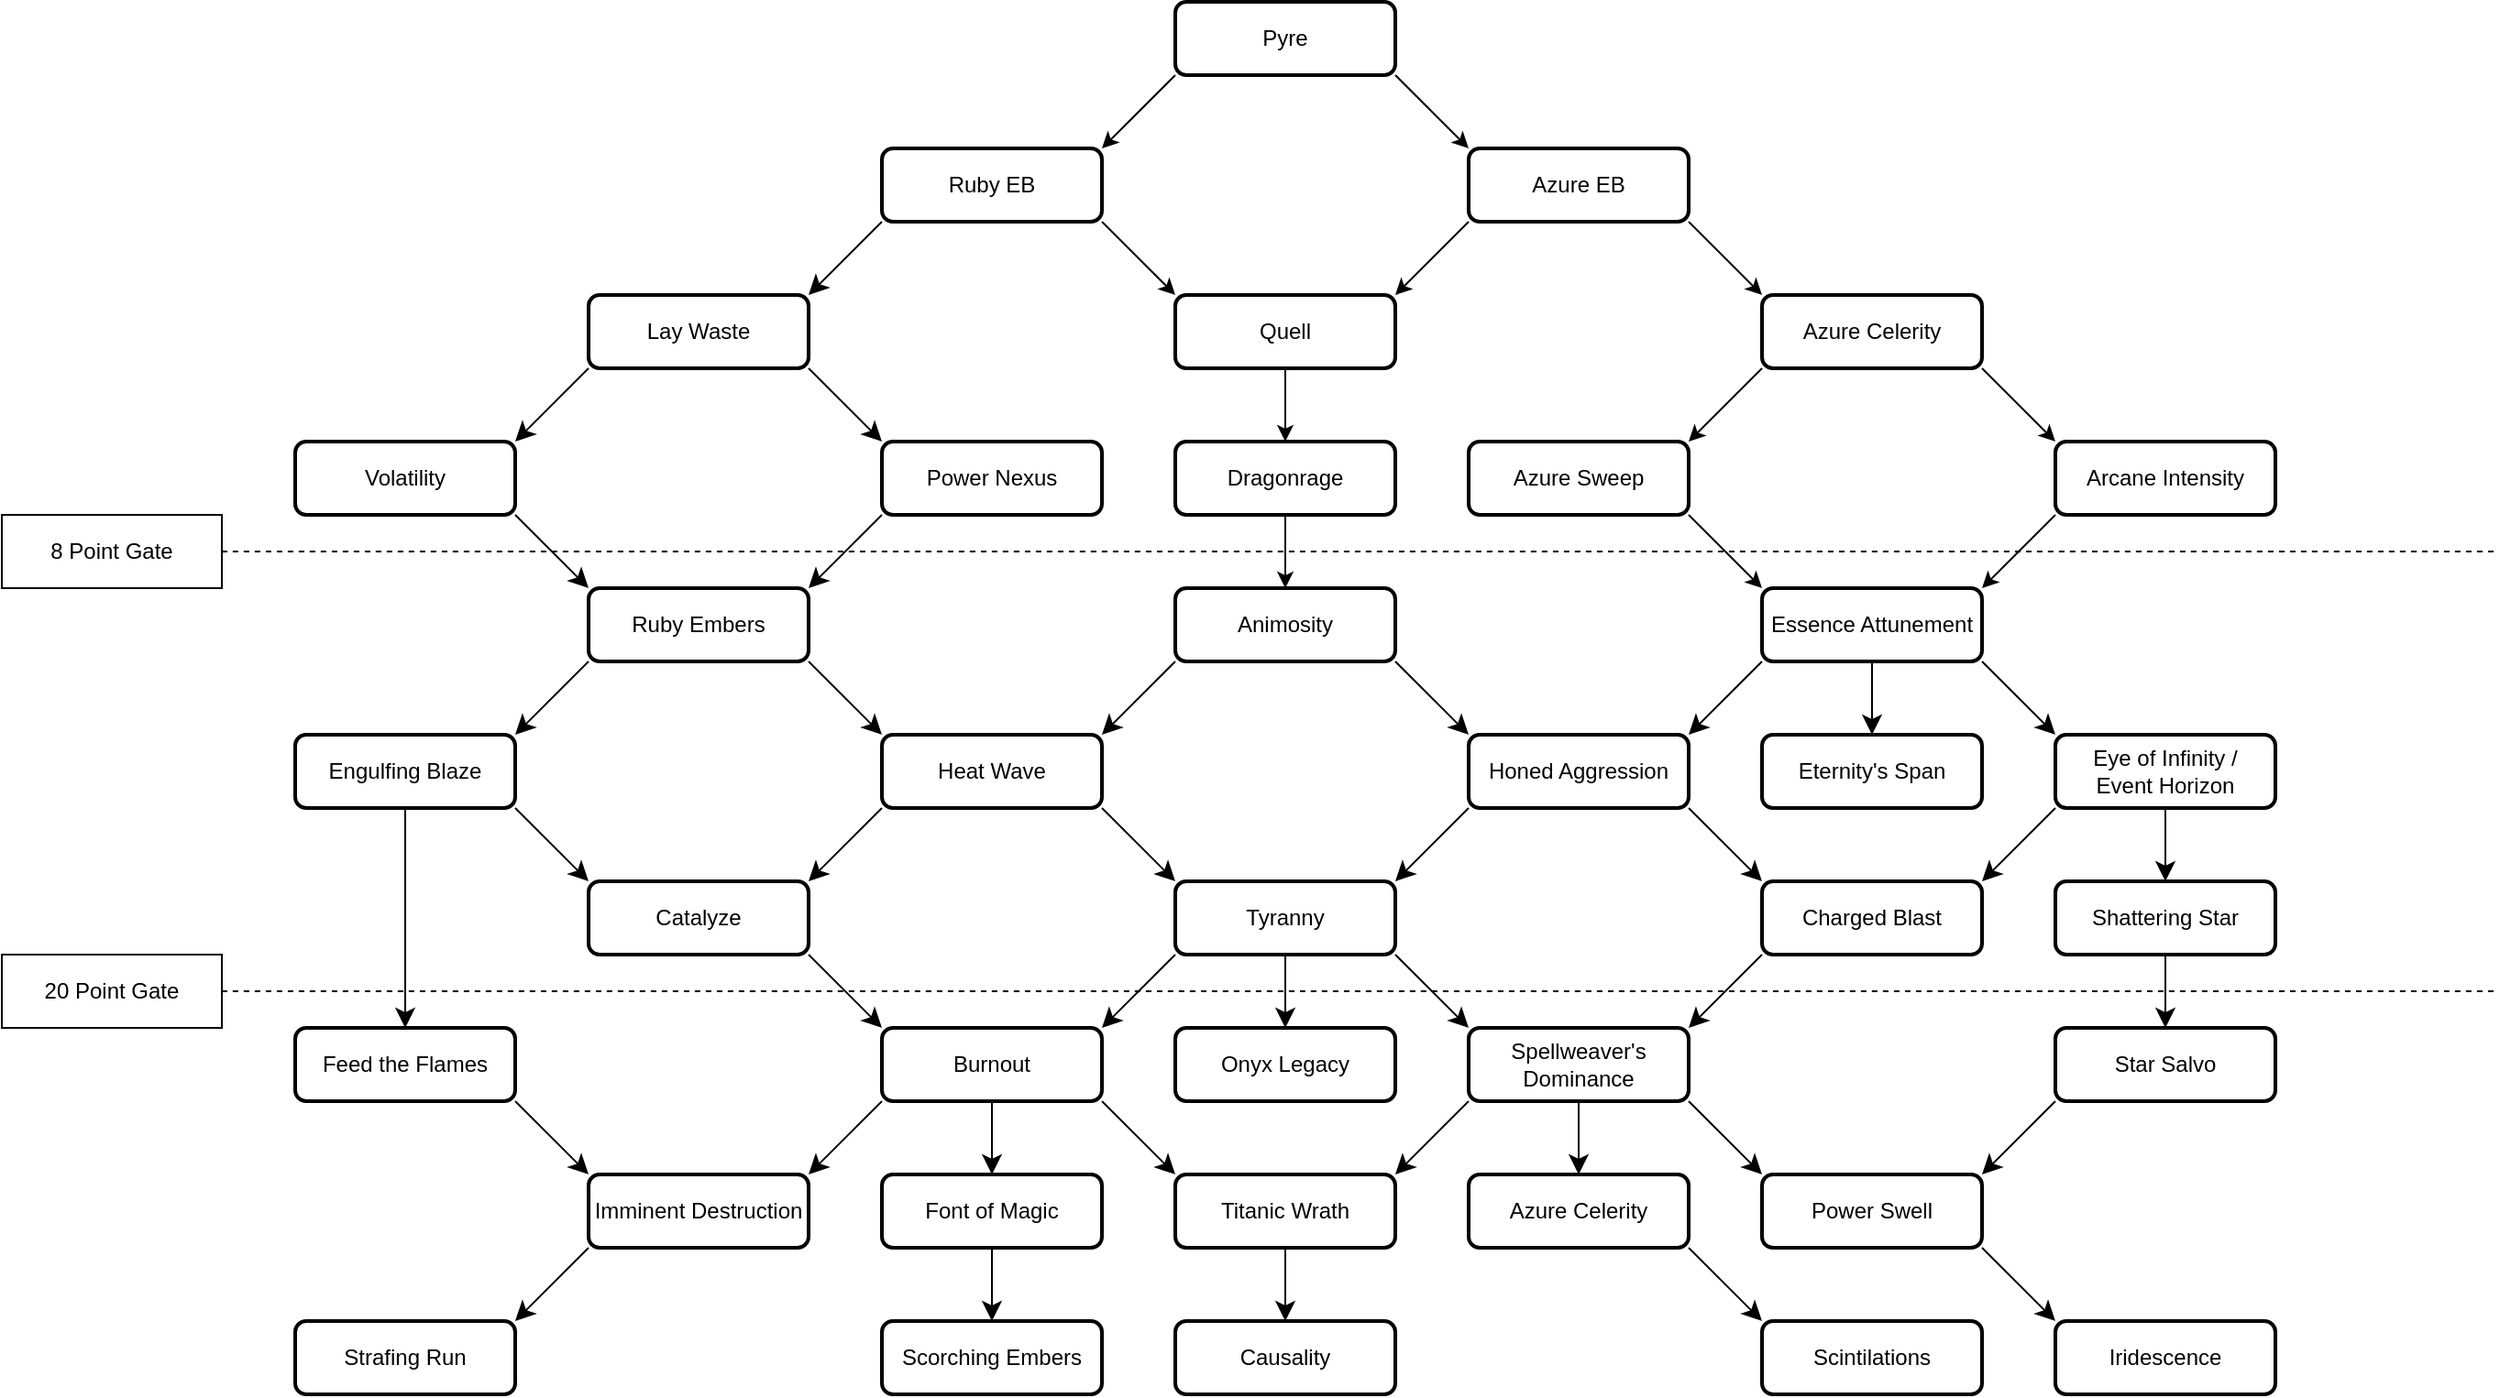
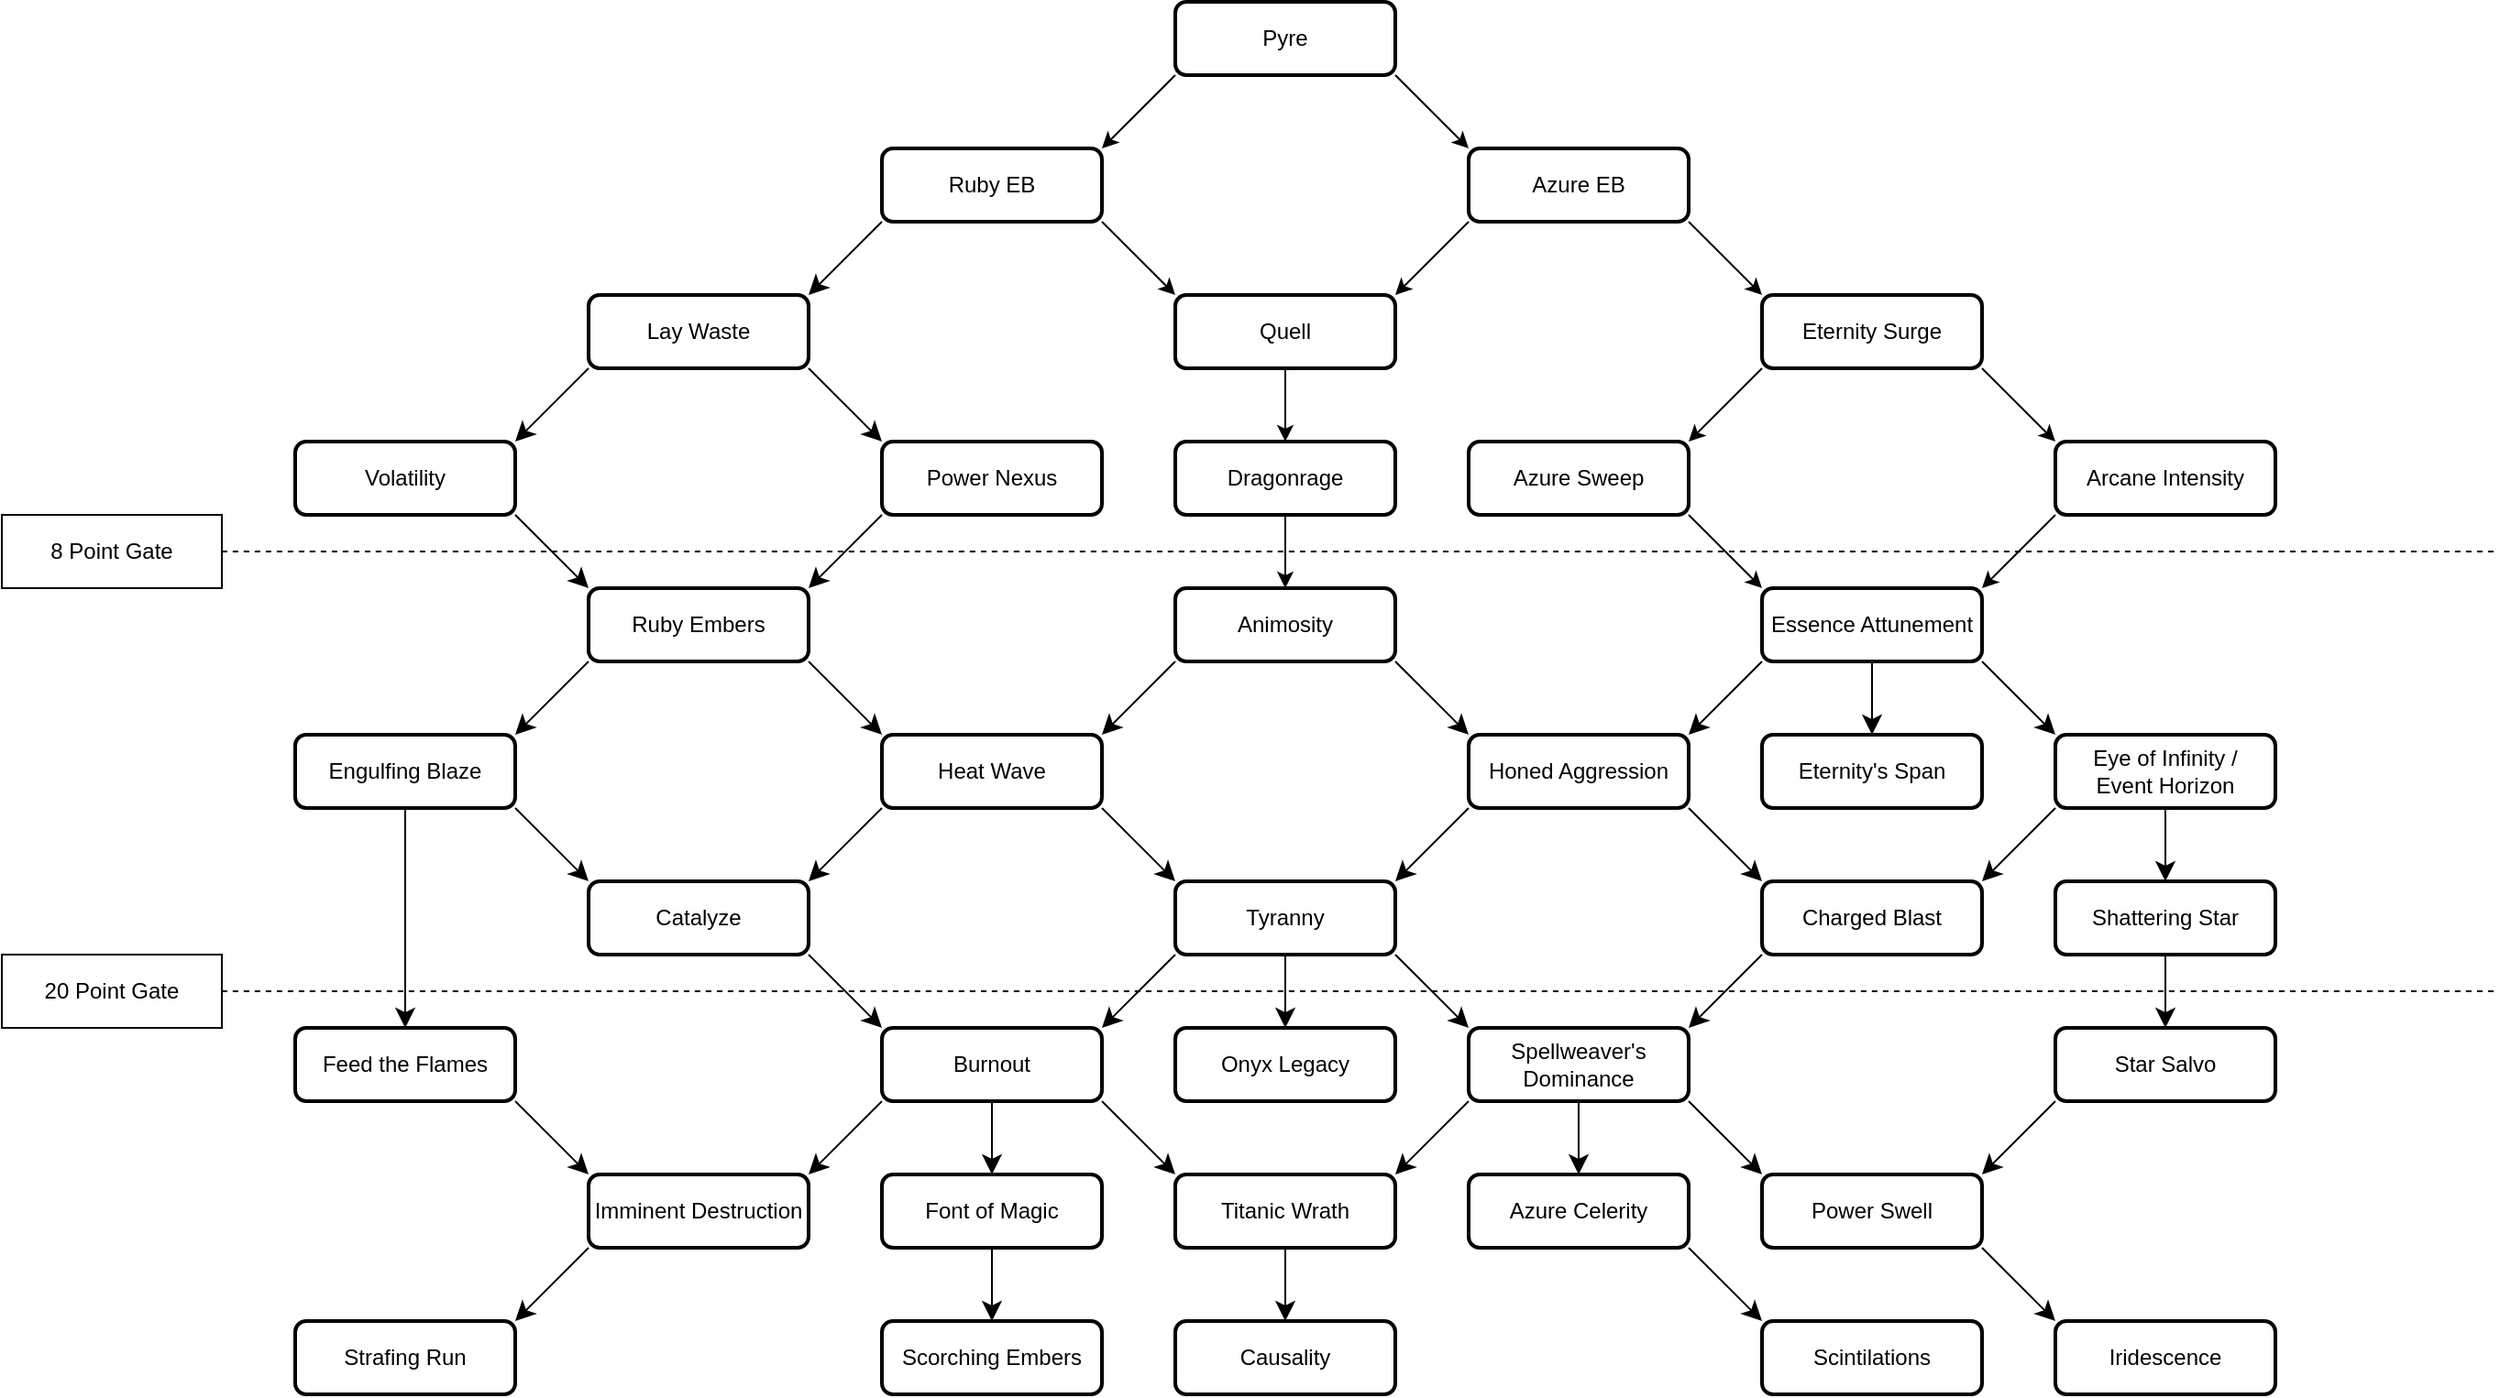
<mxfile host="app.diagrams.net" agent="Mozilla/5.0 (Windows NT 10.0; Win64; x64) AppleWebKit/537.36 (KHTML, like Gecko) Chrome/140.0.0.0 Safari/537.36 OPR/124.0.0.0">
  <diagram name="Page-1" id="hOetuab5Neo2MUPY-Vw1">
-     <mxGraphModel dx="1844" dy="803" grid="0" gridSize="10" guides="1" tooltips="1" connect="1" arrows="1" fold="1" page="0" pageScale="1" pageWidth="850" pageHeight="1100" background="none" math="0" shadow="0">
+     <mxGraphModel dx="2115" dy="954" grid="0" gridSize="10" guides="1" tooltips="1" connect="1" arrows="1" fold="1" page="0" pageScale="1" pageWidth="850" pageHeight="1100" background="none" math="0" shadow="0">
      <root>
        <mxCell id="0" />
        <mxCell id="1" parent="0" />
        <mxCell id="OIwntdkwLblrr2rhOdX1-7" edge="1" parent="1" source="0f6FQbk-GcDdoWLRAv9r-2" style="rounded=0;orthogonalLoop=1;jettySize=auto;html=1;exitX=1;exitY=1;exitDx=0;exitDy=0;entryX=0;entryY=0;entryDx=0;entryDy=0;" target="0f6FQbk-GcDdoWLRAv9r-29">
          <mxGeometry relative="1" as="geometry" />
        </mxCell>
-         <mxCell id="0f6FQbk-GcDdoWLRAv9r-2" parent="1" style="rounded=1;whiteSpace=wrap;html=1;strokeColor=light-dark(#000000,#0000FF);strokeWidth=2;" value="Pyre" vertex="1">
+         <mxCell id="0f6FQbk-GcDdoWLRAv9r-2" parent="1" style="rounded=1;whiteSpace=wrap;html=1;strokeColor=light-dark(#000000,#FFFF00);strokeWidth=2;" value="Pyre" vertex="1">
          <mxGeometry height="40" width="120" x="320" y="40" as="geometry" />
        </mxCell>
        <mxCell id="OIwntdkwLblrr2rhOdX1-9" edge="1" parent="1" source="0f6FQbk-GcDdoWLRAv9r-3" style="rounded=0;orthogonalLoop=1;jettySize=auto;html=1;exitX=1;exitY=1;exitDx=0;exitDy=0;entryX=0;entryY=0;entryDx=0;entryDy=0;" target="0f6FQbk-GcDdoWLRAv9r-21">
          <mxGeometry relative="1" as="geometry" />
        </mxCell>
-         <mxCell id="0f6FQbk-GcDdoWLRAv9r-3" parent="1" style="rounded=1;whiteSpace=wrap;html=1;strokeWidth=2;strokeColor=light-dark(#000000,#000099);" value="Ruby EB" vertex="1">
+         <mxCell id="0f6FQbk-GcDdoWLRAv9r-3" parent="1" style="rounded=1;whiteSpace=wrap;html=1;strokeWidth=2;strokeColor=light-dark(#000000,#FFFFFF);" value="Ruby EB" vertex="1">
          <mxGeometry height="40" width="120" x="160" y="120" as="geometry" />
        </mxCell>
        <mxCell id="0f6FQbk-GcDdoWLRAv9r-44" edge="1" parent="1" style="edgeStyle=none;curved=1;rounded=1;orthogonalLoop=1;jettySize=auto;html=1;exitX=1;exitY=1;exitDx=0;exitDy=0;entryX=0;entryY=0;entryDx=0;entryDy=0;fontSize=12;startSize=8;endSize=8;">
          <mxGeometry relative="1" as="geometry">
            <mxPoint x="440" y="560" as="sourcePoint" />
            <mxPoint x="480" y="600" as="targetPoint" />
          </mxGeometry>
        </mxCell>
        <mxCell id="0f6FQbk-GcDdoWLRAv9r-47" edge="1" parent="1" style="edgeStyle=none;curved=1;rounded=1;orthogonalLoop=1;jettySize=auto;html=1;exitX=0;exitY=1;exitDx=0;exitDy=0;entryX=1;entryY=0;entryDx=0;entryDy=0;fontSize=12;startSize=8;endSize=8;">
          <mxGeometry relative="1" as="geometry">
            <mxPoint x="320" y="560" as="sourcePoint" />
            <mxPoint x="280" y="600" as="targetPoint" />
          </mxGeometry>
        </mxCell>
        <mxCell id="0f6FQbk-GcDdoWLRAv9r-58" edge="1" parent="1" style="edgeStyle=none;curved=1;rounded=1;orthogonalLoop=1;jettySize=auto;html=1;exitX=0.5;exitY=1;exitDx=0;exitDy=0;entryX=0.5;entryY=0;entryDx=0;entryDy=0;fontSize=12;startSize=8;endSize=8;" target="p8pHNqXcbaAZnEPRJ2cy-6">
          <mxGeometry relative="1" as="geometry">
            <mxPoint x="540" y="640" as="sourcePoint" />
            <mxPoint x="540" y="680" as="targetPoint" />
          </mxGeometry>
        </mxCell>
        <mxCell id="0f6FQbk-GcDdoWLRAv9r-59" edge="1" parent="1" style="edgeStyle=none;curved=1;rounded=1;orthogonalLoop=1;jettySize=auto;html=1;exitX=1;exitY=1;exitDx=0;exitDy=0;entryX=0;entryY=0;entryDx=0;entryDy=0;fontSize=12;startSize=8;endSize=8;">
          <mxGeometry relative="1" as="geometry">
            <mxPoint x="600" y="640" as="sourcePoint" />
            <mxPoint x="640" y="680" as="targetPoint" />
          </mxGeometry>
        </mxCell>
        <mxCell id="0f6FQbk-GcDdoWLRAv9r-65" edge="1" parent="1" style="edgeStyle=none;curved=1;rounded=1;orthogonalLoop=1;jettySize=auto;html=1;exitX=0;exitY=1;exitDx=0;exitDy=0;entryX=1;entryY=0;entryDx=0;entryDy=0;fontSize=12;startSize=8;endSize=8;">
          <mxGeometry relative="1" as="geometry">
            <mxPoint x="640" y="560" as="sourcePoint" />
            <mxPoint x="600" y="600" as="targetPoint" />
          </mxGeometry>
        </mxCell>
        <mxCell id="OIwntdkwLblrr2rhOdX1-15" edge="1" parent="1" source="0f6FQbk-GcDdoWLRAv9r-21" style="edgeStyle=none;rounded=0;orthogonalLoop=1;jettySize=auto;html=1;exitX=0.5;exitY=1;exitDx=0;exitDy=0;entryX=0.5;entryY=0;entryDx=0;entryDy=0;" target="0f6FQbk-GcDdoWLRAv9r-22">
          <mxGeometry relative="1" as="geometry" />
        </mxCell>
-         <mxCell id="0f6FQbk-GcDdoWLRAv9r-21" parent="1" style="rounded=1;whiteSpace=wrap;html=1;strokeWidth=2;strokeColor=light-dark(#000000,#000099);" value="Quell" vertex="1">
+         <mxCell id="0f6FQbk-GcDdoWLRAv9r-21" parent="1" style="rounded=1;whiteSpace=wrap;html=1;strokeWidth=2;strokeColor=light-dark(#000000,#FFFF00);" value="Quell" vertex="1">
          <mxGeometry height="40" width="120" x="320" y="200" as="geometry" />
        </mxCell>
        <mxCell id="OIwntdkwLblrr2rhOdX1-16" edge="1" parent="1" source="0f6FQbk-GcDdoWLRAv9r-22" style="edgeStyle=none;rounded=0;orthogonalLoop=1;jettySize=auto;html=1;exitX=0.5;exitY=1;exitDx=0;exitDy=0;entryX=0.5;entryY=0;entryDx=0;entryDy=0;" target="0f6FQbk-GcDdoWLRAv9r-23">
          <mxGeometry relative="1" as="geometry" />
        </mxCell>
-         <mxCell id="0f6FQbk-GcDdoWLRAv9r-22" parent="1" style="rounded=1;whiteSpace=wrap;html=1;strokeWidth=2;strokeColor=light-dark(#000000,#000099);" value="Dragonrage" vertex="1">
+         <mxCell id="0f6FQbk-GcDdoWLRAv9r-22" parent="1" style="rounded=1;whiteSpace=wrap;html=1;strokeWidth=2;strokeColor=light-dark(#000000,#FFFF00);" value="Dragonrage" vertex="1">
          <mxGeometry height="40" width="120" x="320" y="280" as="geometry" />
        </mxCell>
-         <mxCell id="0f6FQbk-GcDdoWLRAv9r-23" parent="1" style="rounded=1;whiteSpace=wrap;html=1;strokeColor=light-dark(#000000,#0000FF);strokeWidth=2;" value="Animosity" vertex="1">
+         <mxCell id="0f6FQbk-GcDdoWLRAv9r-23" parent="1" style="rounded=1;whiteSpace=wrap;html=1;strokeColor=light-dark(#000000,#FFFFFF);strokeWidth=2;" value="Animosity" vertex="1">
          <mxGeometry height="40" width="120" x="320" y="360" as="geometry" />
        </mxCell>
        <mxCell id="0f6FQbk-GcDdoWLRAv9r-66" edge="1" parent="1" style="edgeStyle=none;curved=1;rounded=1;orthogonalLoop=1;jettySize=auto;html=1;exitX=0;exitY=1;exitDx=0;exitDy=0;entryX=1;entryY=0;entryDx=0;entryDy=0;fontSize=12;startSize=8;endSize=8;">
          <mxGeometry relative="1" as="geometry">
            <mxPoint x="640" y="400" as="sourcePoint" />
            <mxPoint x="600" y="440" as="targetPoint" />
          </mxGeometry>
        </mxCell>
        <mxCell id="0f6FQbk-GcDdoWLRAv9r-62" edge="1" parent="1" source="0f6FQbk-GcDdoWLRAv9r-27" style="edgeStyle=none;curved=1;rounded=1;orthogonalLoop=1;jettySize=auto;html=1;exitX=0.5;exitY=1;exitDx=0;exitDy=0;entryX=0.5;entryY=0;entryDx=0;entryDy=0;fontSize=12;startSize=8;endSize=8;" target="p8pHNqXcbaAZnEPRJ2cy-14">
          <mxGeometry relative="1" as="geometry" />
        </mxCell>
        <mxCell id="0f6FQbk-GcDdoWLRAv9r-64" edge="1" parent="1" source="0f6FQbk-GcDdoWLRAv9r-27" style="edgeStyle=none;curved=1;rounded=1;orthogonalLoop=1;jettySize=auto;html=1;exitX=0;exitY=1;exitDx=0;exitDy=0;entryX=1;entryY=0;entryDx=0;entryDy=0;fontSize=12;startSize=8;endSize=8;">
          <mxGeometry relative="1" as="geometry">
            <mxPoint x="760" y="520" as="targetPoint" />
          </mxGeometry>
        </mxCell>
        <mxCell id="0f6FQbk-GcDdoWLRAv9r-27" parent="1" style="rounded=1;whiteSpace=wrap;html=1;strokeWidth=2;strokeColor=light-dark(#000000,#00FF00);" value="Eye of Infinity / &lt;br&gt;Event Horizon" vertex="1">
          <mxGeometry height="40" width="120" x="800" y="440" as="geometry" />
        </mxCell>
        <mxCell id="0f6FQbk-GcDdoWLRAv9r-60" edge="1" parent="1" source="0f6FQbk-GcDdoWLRAv9r-28" style="edgeStyle=none;curved=1;rounded=1;orthogonalLoop=1;jettySize=auto;html=1;exitX=0;exitY=1;exitDx=0;exitDy=0;entryX=1;entryY=0;entryDx=0;entryDy=0;fontSize=12;startSize=8;endSize=8;">
          <mxGeometry relative="1" as="geometry">
            <mxPoint x="760" y="680" as="targetPoint" />
          </mxGeometry>
        </mxCell>
-         <mxCell id="0f6FQbk-GcDdoWLRAv9r-28" parent="1" style="rounded=1;whiteSpace=wrap;html=1;strokeColor=light-dark(#000000,#0000FF);strokeWidth=2;" value="Star Salvo" vertex="1">
+         <mxCell id="0f6FQbk-GcDdoWLRAv9r-28" parent="1" style="rounded=1;whiteSpace=wrap;html=1;strokeColor=light-dark(#000000,#FFFFFF);strokeWidth=2;" value="Star Salvo" vertex="1">
          <mxGeometry height="40" width="120" x="800" y="600" as="geometry" />
        </mxCell>
        <mxCell id="OIwntdkwLblrr2rhOdX1-8" edge="1" parent="1" source="0f6FQbk-GcDdoWLRAv9r-29" style="rounded=0;orthogonalLoop=1;jettySize=auto;html=1;exitX=0;exitY=1;exitDx=0;exitDy=0;entryX=1;entryY=0;entryDx=0;entryDy=0;" target="0f6FQbk-GcDdoWLRAv9r-21">
          <mxGeometry relative="1" as="geometry" />
        </mxCell>
        <mxCell id="OIwntdkwLblrr2rhOdX1-10" edge="1" parent="1" source="0f6FQbk-GcDdoWLRAv9r-29" style="edgeStyle=none;rounded=0;orthogonalLoop=1;jettySize=auto;html=1;exitX=1;exitY=1;exitDx=0;exitDy=0;entryX=0;entryY=0;entryDx=0;entryDy=0;" target="LhPUbgTbJpqGcTxOS-ww-83">
          <mxGeometry relative="1" as="geometry" />
        </mxCell>
-         <mxCell id="0f6FQbk-GcDdoWLRAv9r-29" parent="1" style="rounded=1;whiteSpace=wrap;html=1;strokeWidth=2;strokeColor=light-dark(#000000,#000099);" value="Azure EB" vertex="1">
+         <mxCell id="0f6FQbk-GcDdoWLRAv9r-29" parent="1" style="rounded=1;whiteSpace=wrap;html=1;strokeWidth=2;strokeColor=light-dark(#000000,#FFFFFF);" value="Azure EB" vertex="1">
          <mxGeometry height="40" width="120" x="480" y="120" as="geometry" />
        </mxCell>
        <mxCell id="0f6FQbk-GcDdoWLRAv9r-67" edge="1" parent="1" style="edgeStyle=none;curved=1;rounded=1;orthogonalLoop=1;jettySize=auto;html=1;exitX=1;exitY=1;exitDx=0;exitDy=0;entryX=0;entryY=0;entryDx=0;entryDy=0;fontSize=12;startSize=8;endSize=8;">
          <mxGeometry relative="1" as="geometry">
            <mxPoint x="600" y="480" as="sourcePoint" />
            <mxPoint x="640" y="520" as="targetPoint" />
          </mxGeometry>
        </mxCell>
        <mxCell id="0f6FQbk-GcDdoWLRAv9r-63" edge="1" parent="1" style="edgeStyle=none;curved=1;rounded=1;orthogonalLoop=1;jettySize=auto;html=1;exitX=1;exitY=1;exitDx=0;exitDy=0;entryX=0;entryY=0;entryDx=0;entryDy=0;fontSize=12;startSize=8;endSize=8;" target="0f6FQbk-GcDdoWLRAv9r-27">
          <mxGeometry relative="1" as="geometry">
            <mxPoint x="760" y="400" as="sourcePoint" />
          </mxGeometry>
        </mxCell>
        <mxCell id="LhPUbgTbJpqGcTxOS-ww-34" edge="1" parent="1" style="edgeStyle=none;curved=1;rounded=1;orthogonalLoop=1;jettySize=auto;html=1;exitX=1;exitY=1;exitDx=0;exitDy=0;entryX=0;entryY=0;entryDx=0;entryDy=0;fontSize=12;startSize=8;endSize=8;">
          <mxGeometry relative="1" as="geometry">
            <mxPoint x="280" y="640" as="sourcePoint" />
            <mxPoint x="320" y="680" as="targetPoint" />
          </mxGeometry>
        </mxCell>
        <mxCell id="LhPUbgTbJpqGcTxOS-ww-41" edge="1" parent="1" style="edgeStyle=none;curved=1;rounded=1;orthogonalLoop=1;jettySize=auto;html=1;exitX=0.5;exitY=1;exitDx=0;exitDy=0;fontSize=12;startSize=8;endSize=8;">
          <mxGeometry relative="1" as="geometry">
            <mxPoint x="220" y="640" as="sourcePoint" />
          </mxGeometry>
        </mxCell>
        <mxCell id="LhPUbgTbJpqGcTxOS-ww-33" edge="1" parent="1" style="edgeStyle=none;curved=1;rounded=1;orthogonalLoop=1;jettySize=auto;html=1;exitX=0;exitY=1;exitDx=0;exitDy=0;entryX=1;entryY=0;entryDx=0;entryDy=0;fontSize=12;startSize=8;endSize=8;">
          <mxGeometry relative="1" as="geometry">
            <mxPoint x="480" y="640" as="sourcePoint" />
            <mxPoint x="440" y="680" as="targetPoint" />
          </mxGeometry>
        </mxCell>
        <mxCell id="LhPUbgTbJpqGcTxOS-ww-43" edge="1" parent="1" source="LhPUbgTbJpqGcTxOS-ww-36" style="edgeStyle=none;curved=1;rounded=1;orthogonalLoop=1;jettySize=auto;html=1;exitX=0.5;exitY=1;exitDx=0;exitDy=0;entryX=0.5;entryY=0;entryDx=0;entryDy=0;fontSize=12;startSize=8;endSize=8;" target="LhPUbgTbJpqGcTxOS-ww-42">
          <mxGeometry relative="1" as="geometry" />
        </mxCell>
-         <mxCell id="LhPUbgTbJpqGcTxOS-ww-36" parent="1" style="rounded=1;whiteSpace=wrap;html=1;strokeColor=light-dark(#000000,#0000FF);strokeWidth=2;" value="Titanic Wrath" vertex="1">
+         <mxCell id="LhPUbgTbJpqGcTxOS-ww-36" parent="1" style="rounded=1;whiteSpace=wrap;html=1;strokeColor=light-dark(#000000,#FFFFFF);strokeWidth=2;" value="Titanic Wrath" vertex="1">
          <mxGeometry height="40" width="120" x="320" y="680" as="geometry" />
        </mxCell>
-         <mxCell id="LhPUbgTbJpqGcTxOS-ww-42" parent="1" style="rounded=1;whiteSpace=wrap;html=1;strokeColor=light-dark(#000000,#0000FF);strokeWidth=2;" value="Causality" vertex="1">
+         <mxCell id="LhPUbgTbJpqGcTxOS-ww-42" parent="1" style="rounded=1;whiteSpace=wrap;html=1;strokeColor=light-dark(#000000,#FFFFFF);strokeWidth=2;" value="Causality" vertex="1">
          <mxGeometry height="40" width="120" x="320" y="760" as="geometry" />
        </mxCell>
-         <mxCell id="LhPUbgTbJpqGcTxOS-ww-44" parent="1" style="rounded=1;whiteSpace=wrap;html=1;strokeColor=light-dark(#000000,#0000FF);strokeWidth=2;" value="Scintilations" vertex="1">
+         <mxCell id="LhPUbgTbJpqGcTxOS-ww-44" parent="1" style="rounded=1;whiteSpace=wrap;html=1;strokeColor=light-dark(#000000,#FFFFFF);strokeWidth=2;" value="Scintilations" vertex="1">
          <mxGeometry height="40" width="120" x="640" y="760" as="geometry" />
        </mxCell>
        <mxCell id="LhPUbgTbJpqGcTxOS-ww-52" edge="1" parent="1" style="edgeStyle=none;curved=1;rounded=1;orthogonalLoop=1;jettySize=auto;html=1;exitX=0;exitY=1;exitDx=0;exitDy=0;entryX=1;entryY=0;entryDx=0;entryDy=0;fontSize=12;startSize=8;endSize=8;">
          <mxGeometry relative="1" as="geometry">
            <mxPoint x="160" y="480" as="sourcePoint" />
          </mxGeometry>
        </mxCell>
        <mxCell id="LhPUbgTbJpqGcTxOS-ww-53" edge="1" parent="1" style="edgeStyle=none;curved=1;rounded=1;orthogonalLoop=1;jettySize=auto;html=1;exitX=1;exitY=1;exitDx=0;exitDy=0;entryX=0;entryY=0;entryDx=0;entryDy=0;fontSize=12;startSize=8;endSize=8;">
          <mxGeometry relative="1" as="geometry">
            <mxPoint x="160" y="600" as="targetPoint" />
          </mxGeometry>
        </mxCell>
-         <mxCell id="LhPUbgTbJpqGcTxOS-ww-56" parent="1" style="rounded=1;whiteSpace=wrap;html=1;strokeColor=light-dark(#000000,#0000FF);strokeWidth=2;" value="Tyranny" vertex="1">
+         <mxCell id="LhPUbgTbJpqGcTxOS-ww-56" parent="1" style="rounded=1;whiteSpace=wrap;html=1;strokeColor=light-dark(#000000,#FFFFFF);strokeWidth=2;" value="Tyranny" vertex="1">
          <mxGeometry height="40" width="120" x="320" y="520" as="geometry" />
        </mxCell>
        <mxCell id="LhPUbgTbJpqGcTxOS-ww-62" edge="1" parent="1" style="endArrow=none;dashed=1;html=1;rounded=1;fontSize=12;startSize=8;endSize=8;curved=1;" value="">
          <mxGeometry height="50" relative="1" width="50" as="geometry">
            <mxPoint x="-200" y="580" as="sourcePoint" />
            <mxPoint x="1040" y="580" as="targetPoint" />
          </mxGeometry>
        </mxCell>
        <mxCell id="LhPUbgTbJpqGcTxOS-ww-64" parent="1" style="rounded=0;whiteSpace=wrap;html=1;" value="20 Point Gate" vertex="1">
          <mxGeometry height="40" width="120" x="-320" y="560" as="geometry" />
        </mxCell>
        <mxCell id="LhPUbgTbJpqGcTxOS-ww-66" edge="1" parent="1" style="endArrow=none;dashed=1;html=1;rounded=1;fontSize=12;startSize=8;endSize=8;curved=1;" value="">
          <mxGeometry height="50" relative="1" width="50" as="geometry">
            <mxPoint x="-200" y="340" as="sourcePoint" />
            <mxPoint x="1040" y="340" as="targetPoint" />
          </mxGeometry>
        </mxCell>
        <mxCell id="LhPUbgTbJpqGcTxOS-ww-67" parent="1" style="rounded=0;whiteSpace=wrap;html=1;" value="8 Point Gate" vertex="1">
          <mxGeometry height="40" width="120" x="-320" y="320" as="geometry" />
        </mxCell>
-         <mxCell id="LhPUbgTbJpqGcTxOS-ww-70" parent="1" style="rounded=1;whiteSpace=wrap;html=1;strokeColor=light-dark(#000000,#0000FF);strokeWidth=2;" value="Volatility" vertex="1">
+         <mxCell id="LhPUbgTbJpqGcTxOS-ww-70" parent="1" style="rounded=1;whiteSpace=wrap;html=1;strokeColor=light-dark(#000000,#FFFFFF);strokeWidth=2;" value="Volatility" vertex="1">
          <mxGeometry height="40" width="120" x="-160" y="280" as="geometry" />
        </mxCell>
        <mxCell id="OIwntdkwLblrr2rhOdX1-12" edge="1" parent="1" source="LhPUbgTbJpqGcTxOS-ww-75" style="edgeStyle=none;rounded=0;orthogonalLoop=1;jettySize=auto;html=1;exitX=1;exitY=1;exitDx=0;exitDy=0;entryX=0;entryY=0;entryDx=0;entryDy=0;" target="LhPUbgTbJpqGcTxOS-ww-118">
          <mxGeometry relative="1" as="geometry" />
        </mxCell>
-         <mxCell id="LhPUbgTbJpqGcTxOS-ww-75" parent="1" style="rounded=1;whiteSpace=wrap;html=1;strokeColor=light-dark(#000000,#0000FF);strokeWidth=2;" value="Azure Sweep" vertex="1">
+         <mxCell id="LhPUbgTbJpqGcTxOS-ww-75" parent="1" style="rounded=1;whiteSpace=wrap;html=1;strokeColor=light-dark(#000000,#FFFFFF);strokeWidth=2;" value="Azure Sweep" vertex="1">
          <mxGeometry height="40" width="120" x="480" y="280" as="geometry" />
        </mxCell>
-         <mxCell id="LhPUbgTbJpqGcTxOS-ww-80" parent="1" style="rounded=1;whiteSpace=wrap;html=1;strokeColor=light-dark(#000000,#0000FF);strokeWidth=2;" value="Power Nexus" vertex="1">
+         <mxCell id="LhPUbgTbJpqGcTxOS-ww-80" parent="1" style="rounded=1;whiteSpace=wrap;html=1;strokeColor=light-dark(#000000,#FFFFFF);strokeWidth=2;" value="Power Nexus" vertex="1">
          <mxGeometry height="40" width="120" x="160" y="280" as="geometry" />
        </mxCell>
-         <mxCell id="LhPUbgTbJpqGcTxOS-ww-81" parent="1" style="rounded=1;whiteSpace=wrap;html=1;strokeColor=light-dark(#000000,#0000FF);strokeWidth=2;" value="Ruby Embers" vertex="1">
+         <mxCell id="LhPUbgTbJpqGcTxOS-ww-81" parent="1" style="rounded=1;whiteSpace=wrap;html=1;strokeColor=light-dark(#000000,#FFFFFF);strokeWidth=2;" value="Ruby Embers" vertex="1">
          <mxGeometry height="40" width="120" y="360" as="geometry" />
        </mxCell>
        <mxCell id="OIwntdkwLblrr2rhOdX1-11" edge="1" parent="1" source="LhPUbgTbJpqGcTxOS-ww-83" style="edgeStyle=none;rounded=0;orthogonalLoop=1;jettySize=auto;html=1;exitX=0;exitY=1;exitDx=0;exitDy=0;entryX=1;entryY=0;entryDx=0;entryDy=0;" target="LhPUbgTbJpqGcTxOS-ww-75">
          <mxGeometry relative="1" as="geometry" />
        </mxCell>
        <mxCell id="OIwntdkwLblrr2rhOdX1-14" edge="1" parent="1" source="LhPUbgTbJpqGcTxOS-ww-83" style="edgeStyle=none;rounded=0;orthogonalLoop=1;jettySize=auto;html=1;exitX=1;exitY=1;exitDx=0;exitDy=0;entryX=0;entryY=0;entryDx=0;entryDy=0;" target="LhPUbgTbJpqGcTxOS-ww-148">
          <mxGeometry relative="1" as="geometry" />
        </mxCell>
-         <mxCell id="LhPUbgTbJpqGcTxOS-ww-83" parent="1" style="rounded=1;whiteSpace=wrap;html=1;strokeColor=light-dark(#000000,#0000FF);strokeWidth=2;" value="Azure Celerity" vertex="1">
+         <mxCell id="LhPUbgTbJpqGcTxOS-ww-83" parent="1" style="rounded=1;whiteSpace=wrap;html=1;strokeColor=light-dark(#000000,#FFFF00);strokeWidth=2;" value="Eternity Surge" vertex="1">
          <mxGeometry height="40" width="120" x="640" y="200" as="geometry" />
        </mxCell>
-         <mxCell id="LhPUbgTbJpqGcTxOS-ww-94" parent="1" style="rounded=1;whiteSpace=wrap;html=1;strokeColor=light-dark(#000000,#0000FF);strokeWidth=2;" value="Strafing Run" vertex="1">
+         <mxCell id="LhPUbgTbJpqGcTxOS-ww-94" parent="1" style="rounded=1;whiteSpace=wrap;html=1;strokeColor=light-dark(#000000,#FFFFFF);strokeWidth=2;" value="Strafing Run" vertex="1">
          <mxGeometry height="40" width="120" x="-160" y="760" as="geometry" />
        </mxCell>
        <mxCell id="LhPUbgTbJpqGcTxOS-ww-101" edge="1" parent="1" source="LhPUbgTbJpqGcTxOS-ww-97" style="edgeStyle=none;curved=1;rounded=1;orthogonalLoop=1;jettySize=auto;html=1;exitX=0;exitY=1;exitDx=0;exitDy=0;entryX=1;entryY=0;entryDx=0;entryDy=0;fontSize=12;startSize=8;endSize=8;" target="p8pHNqXcbaAZnEPRJ2cy-4">
          <mxGeometry relative="1" as="geometry">
            <mxPoint x="120" y="520" as="targetPoint" />
          </mxGeometry>
        </mxCell>
-         <mxCell id="LhPUbgTbJpqGcTxOS-ww-97" parent="1" style="rounded=1;whiteSpace=wrap;html=1;strokeColor=light-dark(#000000,#0000FF);strokeWidth=2;" value="Heat Wave" vertex="1">
+         <mxCell id="LhPUbgTbJpqGcTxOS-ww-97" parent="1" style="rounded=1;whiteSpace=wrap;html=1;strokeColor=light-dark(#000000,#FFFFFF);strokeWidth=2;" value="Heat Wave" vertex="1">
          <mxGeometry height="40" width="120" x="160" y="440" as="geometry" />
        </mxCell>
        <mxCell id="LhPUbgTbJpqGcTxOS-ww-109" edge="1" parent="1" source="p8pHNqXcbaAZnEPRJ2cy-3" style="edgeStyle=none;curved=1;rounded=1;orthogonalLoop=1;jettySize=auto;html=1;exitX=1;exitY=1;exitDx=0;exitDy=0;entryX=0;entryY=0;entryDx=0;entryDy=0;fontSize=12;startSize=8;endSize=8;" target="LhPUbgTbJpqGcTxOS-ww-105">
          <mxGeometry relative="1" as="geometry">
            <mxPoint x="-40" y="640" as="sourcePoint" />
          </mxGeometry>
        </mxCell>
-         <mxCell id="LhPUbgTbJpqGcTxOS-ww-104" parent="1" style="rounded=1;whiteSpace=wrap;html=1;strokeColor=light-dark(#000000,#0000FF);strokeWidth=2;" value="Scorching Embers" vertex="1">
+         <mxCell id="LhPUbgTbJpqGcTxOS-ww-104" parent="1" style="rounded=1;whiteSpace=wrap;html=1;strokeColor=light-dark(#000000,#FFFFFF);strokeWidth=2;" value="Scorching Embers" vertex="1">
          <mxGeometry height="40" width="120" x="160" y="760" as="geometry" />
        </mxCell>
        <mxCell id="LhPUbgTbJpqGcTxOS-ww-116" edge="1" parent="1" source="LhPUbgTbJpqGcTxOS-ww-105" style="edgeStyle=none;curved=1;rounded=1;orthogonalLoop=1;jettySize=auto;html=1;exitX=0;exitY=1;exitDx=0;exitDy=0;entryX=1;entryY=0;entryDx=0;entryDy=0;fontSize=12;startSize=8;endSize=8;" target="LhPUbgTbJpqGcTxOS-ww-94">
          <mxGeometry relative="1" as="geometry" />
        </mxCell>
-         <mxCell id="LhPUbgTbJpqGcTxOS-ww-105" parent="1" style="rounded=1;whiteSpace=wrap;html=1;strokeColor=light-dark(#000000,#0000FF);strokeWidth=2;" value="Imminent Destruction" vertex="1">
+         <mxCell id="LhPUbgTbJpqGcTxOS-ww-105" parent="1" style="rounded=1;whiteSpace=wrap;html=1;strokeColor=light-dark(#000000,#FFFFFF);strokeWidth=2;" value="Imminent Destruction" vertex="1">
          <mxGeometry height="40" width="120" y="680" as="geometry" />
        </mxCell>
        <mxCell id="LhPUbgTbJpqGcTxOS-ww-114" edge="1" parent="1" source="p8pHNqXcbaAZnEPRJ2cy-4" style="edgeStyle=none;curved=1;rounded=1;orthogonalLoop=1;jettySize=auto;html=1;exitX=1;exitY=1;exitDx=0;exitDy=0;entryX=0;entryY=0;entryDx=0;entryDy=0;fontSize=12;startSize=8;endSize=8;" target="LhPUbgTbJpqGcTxOS-ww-113">
          <mxGeometry relative="1" as="geometry">
            <mxPoint x="95" y="553" as="sourcePoint" />
          </mxGeometry>
        </mxCell>
        <mxCell id="LhPUbgTbJpqGcTxOS-ww-115" edge="1" parent="1" source="LhPUbgTbJpqGcTxOS-ww-113" style="edgeStyle=none;curved=1;rounded=1;orthogonalLoop=1;jettySize=auto;html=1;exitX=0;exitY=1;exitDx=0;exitDy=0;entryX=1;entryY=0;entryDx=0;entryDy=0;fontSize=12;startSize=8;endSize=8;" target="LhPUbgTbJpqGcTxOS-ww-105">
          <mxGeometry relative="1" as="geometry" />
        </mxCell>
        <mxCell id="LhPUbgTbJpqGcTxOS-ww-117" edge="1" parent="1" source="LhPUbgTbJpqGcTxOS-ww-113" style="edgeStyle=none;curved=1;rounded=1;orthogonalLoop=1;jettySize=auto;html=1;exitX=0.5;exitY=1;exitDx=0;exitDy=0;fontSize=12;startSize=8;endSize=8;" target="p8pHNqXcbaAZnEPRJ2cy-8">
          <mxGeometry relative="1" as="geometry" />
        </mxCell>
-         <mxCell id="LhPUbgTbJpqGcTxOS-ww-113" parent="1" style="rounded=1;whiteSpace=wrap;html=1;strokeColor=light-dark(#000000,#0000FF);strokeWidth=2;" value="Burnout" vertex="1">
+         <mxCell id="LhPUbgTbJpqGcTxOS-ww-113" parent="1" style="rounded=1;whiteSpace=wrap;html=1;strokeColor=light-dark(#000000,#FFFFFF);strokeWidth=2;" value="Burnout" vertex="1">
          <mxGeometry height="40" width="120" x="160" y="600" as="geometry" />
        </mxCell>
        <mxCell id="LhPUbgTbJpqGcTxOS-ww-127" edge="1" parent="1" source="LhPUbgTbJpqGcTxOS-ww-118" style="edgeStyle=none;curved=1;rounded=1;orthogonalLoop=1;jettySize=auto;html=1;exitX=0.5;exitY=1;exitDx=0;exitDy=0;entryX=0.5;entryY=0;entryDx=0;entryDy=0;fontSize=12;startSize=8;endSize=8;">
          <mxGeometry relative="1" as="geometry">
            <mxPoint x="700" y="440" as="targetPoint" />
          </mxGeometry>
        </mxCell>
-         <mxCell id="LhPUbgTbJpqGcTxOS-ww-118" parent="1" style="rounded=1;whiteSpace=wrap;html=1;strokeColor=light-dark(#000000,#0000FF);strokeWidth=2;" value="Essence Attunement" vertex="1">
+         <mxCell id="LhPUbgTbJpqGcTxOS-ww-118" parent="1" style="rounded=1;whiteSpace=wrap;html=1;strokeColor=light-dark(#000000,#FFFFFF);strokeWidth=2;" value="Essence Attunement" vertex="1">
          <mxGeometry height="40" width="120" x="640" y="360" as="geometry" />
        </mxCell>
        <mxCell id="LhPUbgTbJpqGcTxOS-ww-123" edge="1" parent="1" style="edgeStyle=none;curved=1;rounded=1;orthogonalLoop=1;jettySize=auto;html=1;exitX=1;exitY=1;exitDx=0;exitDy=0;entryX=0;entryY=0;entryDx=0;entryDy=0;fontSize=12;startSize=8;endSize=8;" target="LhPUbgTbJpqGcTxOS-ww-122">
          <mxGeometry relative="1" as="geometry">
            <mxPoint x="760" y="720" as="sourcePoint" />
          </mxGeometry>
        </mxCell>
-         <mxCell id="LhPUbgTbJpqGcTxOS-ww-122" parent="1" style="rounded=1;whiteSpace=wrap;html=1;strokeColor=light-dark(#000000,#0000FF);strokeWidth=2;" value="Iridescence" vertex="1">
+         <mxCell id="LhPUbgTbJpqGcTxOS-ww-122" parent="1" style="rounded=1;whiteSpace=wrap;html=1;strokeColor=light-dark(#000000,#FFFFFF);strokeWidth=2;" value="Iridescence" vertex="1">
          <mxGeometry height="40" width="120" x="800" y="760" as="geometry" />
        </mxCell>
        <mxCell id="LhPUbgTbJpqGcTxOS-ww-128" edge="1" parent="1" source="LhPUbgTbJpqGcTxOS-ww-81" style="edgeStyle=none;curved=1;rounded=1;orthogonalLoop=1;jettySize=auto;html=1;exitX=1;exitY=1;exitDx=0;exitDy=0;fontSize=12;startSize=8;endSize=8;entryX=0;entryY=0;entryDx=0;entryDy=0;" target="LhPUbgTbJpqGcTxOS-ww-97">
          <mxGeometry relative="1" as="geometry">
            <mxPoint x="60" y="480" as="sourcePoint" />
            <mxPoint x="44.43396226415098" y="513" as="targetPoint" />
          </mxGeometry>
        </mxCell>
-         <mxCell id="LhPUbgTbJpqGcTxOS-ww-133" parent="1" style="rounded=1;whiteSpace=wrap;html=1;strokeColor=light-dark(#000000,#0000FF);strokeWidth=2;" value="Power Swell" vertex="1">
+         <mxCell id="LhPUbgTbJpqGcTxOS-ww-133" parent="1" style="rounded=1;whiteSpace=wrap;html=1;strokeColor=light-dark(#000000,#FFFFFF);strokeWidth=2;" value="Power Swell" vertex="1">
          <mxGeometry height="40" width="120" x="640" y="680" as="geometry" />
        </mxCell>
-         <mxCell id="LhPUbgTbJpqGcTxOS-ww-134" parent="1" style="rounded=1;whiteSpace=wrap;html=1;strokeColor=light-dark(#000000,#0000FF);strokeWidth=2;" value="Spellweaver&#39;s Dominance" vertex="1">
+         <mxCell id="LhPUbgTbJpqGcTxOS-ww-134" parent="1" style="rounded=1;whiteSpace=wrap;html=1;strokeColor=light-dark(#000000,#FFFFFF);strokeWidth=2;" value="Spellweaver&#39;s Dominance" vertex="1">
          <mxGeometry height="40" width="120" x="480" y="600" as="geometry" />
        </mxCell>
-         <mxCell id="LhPUbgTbJpqGcTxOS-ww-142" parent="1" style="rounded=1;whiteSpace=wrap;html=1;strokeColor=light-dark(#000000,#0000FF);strokeWidth=2;" value="Honed Aggression" vertex="1">
+         <mxCell id="LhPUbgTbJpqGcTxOS-ww-142" parent="1" style="rounded=1;whiteSpace=wrap;html=1;strokeColor=light-dark(#000000,#FFFFFF);strokeWidth=2;" value="Honed Aggression" vertex="1">
          <mxGeometry height="40" width="120" x="480" y="440" as="geometry" />
        </mxCell>
-         <mxCell id="LhPUbgTbJpqGcTxOS-ww-144" parent="1" style="rounded=1;whiteSpace=wrap;html=1;strokeColor=light-dark(#000000,#0000FF);strokeWidth=2;" value="Eternity&#39;s Span" vertex="1">
+         <mxCell id="LhPUbgTbJpqGcTxOS-ww-144" parent="1" style="rounded=1;whiteSpace=wrap;html=1;strokeColor=light-dark(#000000,#FFFFFF);strokeWidth=2;" value="Eternity&#39;s Span" vertex="1">
          <mxGeometry height="40" width="120" x="640" y="440" as="geometry" />
        </mxCell>
-         <mxCell id="LhPUbgTbJpqGcTxOS-ww-147" parent="1" style="rounded=1;whiteSpace=wrap;html=1;strokeColor=light-dark(#000000,#0000FF);strokeWidth=2;" value="Charged Blast" vertex="1">
+         <mxCell id="LhPUbgTbJpqGcTxOS-ww-147" parent="1" style="rounded=1;whiteSpace=wrap;html=1;strokeColor=light-dark(#000000,#FFFFFF);strokeWidth=2;" value="Charged Blast" vertex="1">
          <mxGeometry height="40" width="120" x="640" y="520" as="geometry" />
        </mxCell>
        <mxCell id="OIwntdkwLblrr2rhOdX1-13" edge="1" parent="1" source="LhPUbgTbJpqGcTxOS-ww-148" style="edgeStyle=none;rounded=0;orthogonalLoop=1;jettySize=auto;html=1;exitX=0;exitY=1;exitDx=0;exitDy=0;entryX=1;entryY=0;entryDx=0;entryDy=0;" target="LhPUbgTbJpqGcTxOS-ww-118">
          <mxGeometry relative="1" as="geometry" />
        </mxCell>
-         <mxCell id="LhPUbgTbJpqGcTxOS-ww-148" parent="1" style="rounded=1;whiteSpace=wrap;html=1;strokeColor=light-dark(#000000,#0000FF);strokeWidth=2;" value="Arcane Intensity" vertex="1">
+         <mxCell id="LhPUbgTbJpqGcTxOS-ww-148" parent="1" style="rounded=1;whiteSpace=wrap;html=1;strokeColor=light-dark(#000000,#FFFFFF);strokeWidth=2;" value="Arcane Intensity" vertex="1">
          <mxGeometry height="40" width="120" x="800" y="280" as="geometry" />
        </mxCell>
-         <mxCell id="p8pHNqXcbaAZnEPRJ2cy-1" parent="1" style="rounded=1;whiteSpace=wrap;html=1;strokeColor=light-dark(#000000,#0000FF);strokeWidth=2;" value="Lay Waste" vertex="1">
+         <mxCell id="p8pHNqXcbaAZnEPRJ2cy-1" parent="1" style="rounded=1;whiteSpace=wrap;html=1;strokeColor=light-dark(#000000,#FFFFFF);strokeWidth=2;" value="Lay Waste" vertex="1">
          <mxGeometry height="40" width="120" y="200" as="geometry" />
        </mxCell>
-         <mxCell id="p8pHNqXcbaAZnEPRJ2cy-2" parent="1" style="rounded=1;whiteSpace=wrap;html=1;strokeColor=light-dark(#000000,#0000FF);strokeWidth=2;" value="Onyx Legacy" vertex="1">
+         <mxCell id="p8pHNqXcbaAZnEPRJ2cy-2" parent="1" style="rounded=1;whiteSpace=wrap;html=1;strokeColor=light-dark(#000000,#FFFFFF);strokeWidth=2;" value="Onyx Legacy" vertex="1">
          <mxGeometry height="40" width="120" x="320" y="600" as="geometry" />
        </mxCell>
-         <mxCell id="p8pHNqXcbaAZnEPRJ2cy-3" parent="1" style="rounded=1;whiteSpace=wrap;html=1;strokeColor=light-dark(#000000,#0000FF);strokeWidth=2;" value="Feed the Flames" vertex="1">
+         <mxCell id="p8pHNqXcbaAZnEPRJ2cy-3" parent="1" style="rounded=1;whiteSpace=wrap;html=1;strokeColor=light-dark(#000000,#FFFFFF);strokeWidth=2;" value="Feed the Flames" vertex="1">
          <mxGeometry height="40" width="120" x="-160" y="600" as="geometry" />
        </mxCell>
-         <mxCell id="p8pHNqXcbaAZnEPRJ2cy-4" parent="1" style="rounded=1;whiteSpace=wrap;html=1;strokeColor=light-dark(#000000,#0000FF);strokeWidth=2;" value="Catalyze" vertex="1">
+         <mxCell id="p8pHNqXcbaAZnEPRJ2cy-4" parent="1" style="rounded=1;whiteSpace=wrap;html=1;strokeColor=light-dark(#000000,#FFFFFF);strokeWidth=2;" value="Catalyze" vertex="1">
          <mxGeometry height="40" width="120" y="520" as="geometry" />
        </mxCell>
        <mxCell id="p8pHNqXcbaAZnEPRJ2cy-5" edge="1" parent="1" source="LhPUbgTbJpqGcTxOS-ww-56" style="edgeStyle=none;curved=1;rounded=1;orthogonalLoop=1;jettySize=auto;html=1;exitX=0.5;exitY=1;exitDx=0;exitDy=0;fontSize=12;startSize=8;endSize=8;" target="p8pHNqXcbaAZnEPRJ2cy-2">
          <mxGeometry relative="1" as="geometry">
            <mxPoint x="483" y="491" as="sourcePoint" />
            <mxPoint x="483" y="531" as="targetPoint" />
          </mxGeometry>
        </mxCell>
-         <mxCell id="p8pHNqXcbaAZnEPRJ2cy-6" parent="1" style="rounded=1;whiteSpace=wrap;html=1;strokeColor=light-dark(#000000,#0000FF);strokeWidth=2;" value="Azure Celerity" vertex="1">
+         <mxCell id="p8pHNqXcbaAZnEPRJ2cy-6" parent="1" style="rounded=1;whiteSpace=wrap;html=1;strokeColor=light-dark(#000000,#FFFFFF);strokeWidth=2;" value="Azure Celerity" vertex="1">
          <mxGeometry height="40" width="120" x="480" y="680" as="geometry" />
        </mxCell>
        <mxCell id="p8pHNqXcbaAZnEPRJ2cy-7" edge="1" parent="1" source="p8pHNqXcbaAZnEPRJ2cy-6" style="edgeStyle=none;curved=1;rounded=1;orthogonalLoop=1;jettySize=auto;html=1;exitX=1;exitY=1;exitDx=0;exitDy=0;entryX=0;entryY=0;entryDx=0;entryDy=0;fontSize=12;startSize=8;endSize=8;" target="LhPUbgTbJpqGcTxOS-ww-44">
          <mxGeometry relative="1" as="geometry">
            <mxPoint x="601" y="768" as="sourcePoint" />
            <mxPoint x="641" y="808" as="targetPoint" />
          </mxGeometry>
        </mxCell>
-         <mxCell id="p8pHNqXcbaAZnEPRJ2cy-8" parent="1" style="rounded=1;whiteSpace=wrap;html=1;strokeColor=light-dark(#000000,#0000FF);strokeWidth=2;" value="Font of Magic" vertex="1">
+         <mxCell id="p8pHNqXcbaAZnEPRJ2cy-8" parent="1" style="rounded=1;whiteSpace=wrap;html=1;strokeColor=light-dark(#000000,#FFFFFF);strokeWidth=2;" value="Font of Magic" vertex="1">
          <mxGeometry height="40" width="120" x="160" y="680" as="geometry" />
        </mxCell>
        <mxCell id="p8pHNqXcbaAZnEPRJ2cy-9" edge="1" parent="1" source="p8pHNqXcbaAZnEPRJ2cy-8" style="edgeStyle=none;curved=1;rounded=1;orthogonalLoop=1;jettySize=auto;html=1;exitX=0.5;exitY=1;exitDx=0;exitDy=0;fontSize=12;startSize=8;endSize=8;entryX=0.5;entryY=0;entryDx=0;entryDy=0;" target="LhPUbgTbJpqGcTxOS-ww-104">
          <mxGeometry relative="1" as="geometry">
            <mxPoint x="209" y="742" as="sourcePoint" />
            <mxPoint x="209" y="782" as="targetPoint" />
          </mxGeometry>
        </mxCell>
        <mxCell id="p8pHNqXcbaAZnEPRJ2cy-10" edge="1" parent="1" source="0f6FQbk-GcDdoWLRAv9r-23" style="edgeStyle=none;curved=1;rounded=1;orthogonalLoop=1;jettySize=auto;html=1;exitX=0;exitY=1;exitDx=0;exitDy=0;fontSize=12;startSize=8;endSize=8;entryX=1;entryY=0;entryDx=0;entryDy=0;" target="LhPUbgTbJpqGcTxOS-ww-97">
          <mxGeometry relative="1" as="geometry">
            <mxPoint x="336" y="437" as="sourcePoint" />
            <mxPoint x="336" y="477" as="targetPoint" />
          </mxGeometry>
        </mxCell>
        <mxCell id="p8pHNqXcbaAZnEPRJ2cy-11" edge="1" parent="1" source="LhPUbgTbJpqGcTxOS-ww-97" style="edgeStyle=none;curved=1;rounded=1;orthogonalLoop=1;jettySize=auto;html=1;exitX=1;exitY=1;exitDx=0;exitDy=0;fontSize=12;startSize=8;endSize=8;entryX=0;entryY=0;entryDx=0;entryDy=0;" target="LhPUbgTbJpqGcTxOS-ww-56">
          <mxGeometry relative="1" as="geometry">
            <mxPoint x="336" y="446" as="sourcePoint" />
            <mxPoint x="336" y="486" as="targetPoint" />
          </mxGeometry>
        </mxCell>
        <mxCell id="p8pHNqXcbaAZnEPRJ2cy-12" edge="1" parent="1" source="0f6FQbk-GcDdoWLRAv9r-23" style="edgeStyle=none;curved=1;rounded=1;orthogonalLoop=1;jettySize=auto;html=1;exitX=1;exitY=1;exitDx=0;exitDy=0;fontSize=12;startSize=8;endSize=8;entryX=0;entryY=0;entryDx=0;entryDy=0;" target="LhPUbgTbJpqGcTxOS-ww-142">
          <mxGeometry relative="1" as="geometry">
            <mxPoint x="413" y="456" as="sourcePoint" />
            <mxPoint x="413" y="496" as="targetPoint" />
          </mxGeometry>
        </mxCell>
        <mxCell id="p8pHNqXcbaAZnEPRJ2cy-13" edge="1" parent="1" source="LhPUbgTbJpqGcTxOS-ww-142" style="edgeStyle=none;curved=1;rounded=1;orthogonalLoop=1;jettySize=auto;html=1;exitX=0;exitY=1;exitDx=0;exitDy=0;fontSize=12;startSize=8;endSize=8;entryX=1;entryY=0;entryDx=0;entryDy=0;" target="LhPUbgTbJpqGcTxOS-ww-56">
          <mxGeometry relative="1" as="geometry">
            <mxPoint x="466" y="501" as="sourcePoint" />
            <mxPoint x="466" y="541" as="targetPoint" />
          </mxGeometry>
        </mxCell>
-         <mxCell id="p8pHNqXcbaAZnEPRJ2cy-14" parent="1" style="rounded=1;whiteSpace=wrap;html=1;strokeColor=light-dark(#000000,#0000FF);strokeWidth=2;" value="Shattering Star" vertex="1">
+         <mxCell id="p8pHNqXcbaAZnEPRJ2cy-14" parent="1" style="rounded=1;whiteSpace=wrap;html=1;strokeColor=light-dark(#000000,#FFFFFF);strokeWidth=2;" value="Shattering Star" vertex="1">
          <mxGeometry height="40" width="120" x="800" y="520" as="geometry" />
        </mxCell>
        <mxCell id="p8pHNqXcbaAZnEPRJ2cy-16" edge="1" parent="1" source="p8pHNqXcbaAZnEPRJ2cy-14" style="edgeStyle=none;curved=1;rounded=1;orthogonalLoop=1;jettySize=auto;html=1;exitX=0.5;exitY=1;exitDx=0;exitDy=0;entryX=0.5;entryY=0;entryDx=0;entryDy=0;fontSize=12;startSize=8;endSize=8;" target="0f6FQbk-GcDdoWLRAv9r-28">
          <mxGeometry relative="1" as="geometry">
            <mxPoint x="1008" y="627" as="sourcePoint" />
            <mxPoint x="1008" y="667" as="targetPoint" />
          </mxGeometry>
        </mxCell>
-         <mxCell id="p8pHNqXcbaAZnEPRJ2cy-17" parent="1" style="rounded=1;whiteSpace=wrap;html=1;strokeColor=light-dark(#000000,#0000FF);strokeWidth=2;" value="Engulfing Blaze" vertex="1">
+         <mxCell id="p8pHNqXcbaAZnEPRJ2cy-17" parent="1" style="rounded=1;whiteSpace=wrap;html=1;strokeColor=light-dark(#000000,#FFFFFF);strokeWidth=2;" value="Engulfing Blaze" vertex="1">
          <mxGeometry height="40" width="120" x="-160" y="440" as="geometry" />
        </mxCell>
        <mxCell id="p8pHNqXcbaAZnEPRJ2cy-18" edge="1" parent="1" source="0f6FQbk-GcDdoWLRAv9r-3" style="edgeStyle=none;curved=1;rounded=1;orthogonalLoop=1;jettySize=auto;html=1;exitX=0;exitY=1;exitDx=0;exitDy=0;fontSize=12;startSize=8;endSize=8;entryX=1;entryY=0;entryDx=0;entryDy=0;" target="p8pHNqXcbaAZnEPRJ2cy-1">
          <mxGeometry relative="1" as="geometry">
            <mxPoint x="166" y="202" as="sourcePoint" />
            <mxPoint x="206" y="242" as="targetPoint" />
          </mxGeometry>
        </mxCell>
        <mxCell id="p8pHNqXcbaAZnEPRJ2cy-19" edge="1" parent="1" source="p8pHNqXcbaAZnEPRJ2cy-1" style="edgeStyle=none;curved=1;rounded=1;orthogonalLoop=1;jettySize=auto;html=1;exitX=1;exitY=1;exitDx=0;exitDy=0;fontSize=12;startSize=8;endSize=8;entryX=0;entryY=0;entryDx=0;entryDy=0;" target="LhPUbgTbJpqGcTxOS-ww-80">
          <mxGeometry relative="1" as="geometry">
            <mxPoint x="95" y="246" as="sourcePoint" />
            <mxPoint x="135" y="286" as="targetPoint" />
          </mxGeometry>
        </mxCell>
        <mxCell id="p8pHNqXcbaAZnEPRJ2cy-20" edge="1" parent="1" source="p8pHNqXcbaAZnEPRJ2cy-1" style="edgeStyle=none;curved=1;rounded=1;orthogonalLoop=1;jettySize=auto;html=1;exitX=0;exitY=1;exitDx=0;exitDy=0;fontSize=12;startSize=8;endSize=8;entryX=1;entryY=0;entryDx=0;entryDy=0;" target="LhPUbgTbJpqGcTxOS-ww-70">
          <mxGeometry relative="1" as="geometry">
            <mxPoint x="58" y="282" as="sourcePoint" />
            <mxPoint x="98" y="322" as="targetPoint" />
          </mxGeometry>
        </mxCell>
        <mxCell id="OIwntdkwLblrr2rhOdX1-1" edge="1" parent="1" source="LhPUbgTbJpqGcTxOS-ww-70" style="edgeStyle=none;curved=1;rounded=1;orthogonalLoop=1;jettySize=auto;html=1;exitX=1;exitY=1;exitDx=0;exitDy=0;fontSize=12;startSize=8;endSize=8;entryX=0;entryY=0;entryDx=0;entryDy=0;" target="LhPUbgTbJpqGcTxOS-ww-81">
          <mxGeometry relative="1" as="geometry">
            <mxPoint x="11" y="314" as="sourcePoint" />
            <mxPoint x="-29" y="354" as="targetPoint" />
          </mxGeometry>
        </mxCell>
        <mxCell id="OIwntdkwLblrr2rhOdX1-2" edge="1" parent="1" source="LhPUbgTbJpqGcTxOS-ww-80" style="edgeStyle=none;curved=1;rounded=1;orthogonalLoop=1;jettySize=auto;html=1;exitX=0;exitY=1;exitDx=0;exitDy=0;fontSize=12;startSize=8;endSize=8;entryX=1;entryY=0;entryDx=0;entryDy=0;" target="LhPUbgTbJpqGcTxOS-ww-81">
          <mxGeometry relative="1" as="geometry">
            <mxPoint x="112" y="327" as="sourcePoint" />
            <mxPoint x="72" y="367" as="targetPoint" />
          </mxGeometry>
        </mxCell>
        <mxCell id="OIwntdkwLblrr2rhOdX1-3" edge="1" parent="1" source="LhPUbgTbJpqGcTxOS-ww-81" style="edgeStyle=none;curved=1;rounded=1;orthogonalLoop=1;jettySize=auto;html=1;exitX=0;exitY=1;exitDx=0;exitDy=0;fontSize=12;startSize=8;endSize=8;entryX=1;entryY=0;entryDx=0;entryDy=0;" target="p8pHNqXcbaAZnEPRJ2cy-17">
          <mxGeometry relative="1" as="geometry">
            <mxPoint x="26" y="406" as="sourcePoint" />
            <mxPoint x="-14" y="446" as="targetPoint" />
          </mxGeometry>
        </mxCell>
        <mxCell id="OIwntdkwLblrr2rhOdX1-4" edge="1" parent="1" source="p8pHNqXcbaAZnEPRJ2cy-17" style="edgeStyle=none;curved=1;rounded=1;orthogonalLoop=1;jettySize=auto;html=1;exitX=1;exitY=1;exitDx=0;exitDy=0;fontSize=12;startSize=8;endSize=8;entryX=0;entryY=0;entryDx=0;entryDy=0;" target="p8pHNqXcbaAZnEPRJ2cy-4">
          <mxGeometry relative="1" as="geometry">
            <mxPoint x="63" y="472" as="sourcePoint" />
            <mxPoint x="23" y="512" as="targetPoint" />
          </mxGeometry>
        </mxCell>
        <mxCell id="OIwntdkwLblrr2rhOdX1-5" edge="1" parent="1" source="p8pHNqXcbaAZnEPRJ2cy-17" style="edgeStyle=none;curved=1;rounded=1;orthogonalLoop=1;jettySize=auto;html=1;exitX=0.5;exitY=1;exitDx=0;exitDy=0;fontSize=12;startSize=8;endSize=8;entryX=0.5;entryY=0;entryDx=0;entryDy=0;" target="p8pHNqXcbaAZnEPRJ2cy-3">
          <mxGeometry relative="1" as="geometry">
            <mxPoint x="-28" y="530" as="sourcePoint" />
            <mxPoint x="-68" y="570" as="targetPoint" />
          </mxGeometry>
        </mxCell>
        <mxCell id="OIwntdkwLblrr2rhOdX1-6" edge="1" parent="1" source="0f6FQbk-GcDdoWLRAv9r-2" style="edgeStyle=none;curved=1;rounded=1;orthogonalLoop=1;jettySize=auto;html=1;exitX=0;exitY=1;exitDx=0;exitDy=0;fontSize=12;entryX=1;entryY=0;entryDx=0;entryDy=0;" target="0f6FQbk-GcDdoWLRAv9r-3">
          <mxGeometry relative="1" as="geometry">
            <mxPoint x="365" y="131" as="sourcePoint" />
            <mxPoint x="325" y="171" as="targetPoint" />
          </mxGeometry>
        </mxCell>
      </root>
    </mxGraphModel>
  </diagram>
</mxfile>
